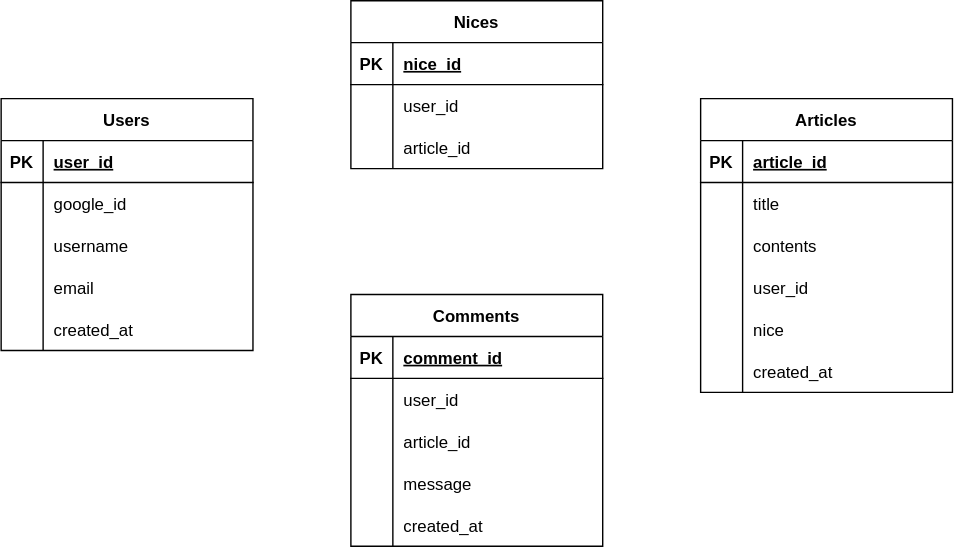
Above: db.drawio.svg in Naokiiiiiii/BlogApiPractice (draw.io), before the change. Source tidied: cells renumbered, new cells last; positions are measured from the earlier drawing's top-left corner, leaving out a move shared by most shapes.
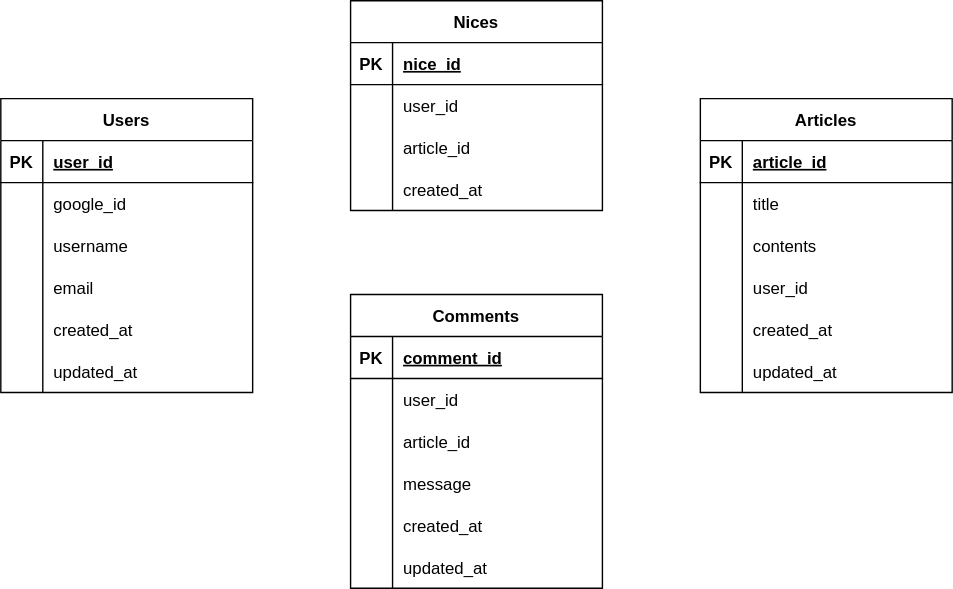
The same file after the commit.

Commit message:
update: drawioを最新に更新

Diff of the diagram source:
```diff
@@ -3,7 +3,7 @@
     <mxCell id="0" />
     <mxCell id="1" parent="0" />
     <mxCell id="2" value="Users" style="shape=table;startSize=30;rowLines=0;fontStyle=1;align=center;" parent="1" vertex="1">
-      <mxGeometry y="70" width="180" height="180" as="geometry" />
+      <mxGeometry y="70" width="180" height="210" as="geometry" />
     </mxCell>
     <mxCell id="3" style="shape=tableRow;horizontal=0;startSize=0;swimlaneHead=0;swimlaneBody=0;fillColor=none;top=0;left=0;right=0;bottom=1;" parent="2" vertex="1">
       <mxGeometry y="30" width="180" height="30" as="geometry" />
@@ -50,6 +50,15 @@
     <mxCell id="17" value="created_at" style="shape=partialRectangle;fillColor=none;top=0;left=0;bottom=0;right=0;align=left;spacingLeft=6;overflow=hidden;" parent="15" vertex="1">
       <mxGeometry x="30" width="150" height="30" as="geometry" />
     </mxCell>
+    <mxCell id="63" style="shape=tableRow;horizontal=0;startSize=0;swimlaneHead=0;swimlaneBody=0;fillColor=none;top=0;left=0;right=0;bottom=0;" parent="2" vertex="1">
+      <mxGeometry y="180" width="180" height="30" as="geometry" />
+    </mxCell>
+    <mxCell id="64" style="shape=partialRectangle;fillColor=none;top=0;left=0;bottom=0;right=0;overflow=hidden;" parent="63" vertex="1">
+      <mxGeometry width="30" height="30" as="geometry" />
+    </mxCell>
+    <mxCell id="65" value="updated_at" style="shape=partialRectangle;fillColor=none;top=0;left=0;bottom=0;right=0;align=left;spacingLeft=6;overflow=hidden;" parent="63" vertex="1">
+      <mxGeometry x="30" width="150" height="30" as="geometry" />
+    </mxCell>
     <mxCell id="18" value="Articles" style="shape=table;startSize=30;rowLines=0;fontStyle=1;align=center;" parent="1" vertex="1">
       <mxGeometry x="500" y="70" width="180" height="210" as="geometry" />
     </mxCell>
@@ -89,17 +98,8 @@
     <mxCell id="30" value="user_id" style="shape=partialRectangle;fillColor=none;top=0;left=0;bottom=0;right=0;align=left;spacingLeft=6;overflow=hidden;" parent="28" vertex="1">
       <mxGeometry x="30" width="150" height="30" as="geometry" />
     </mxCell>
-    <mxCell id="31" style="shape=tableRow;horizontal=0;startSize=0;swimlaneHead=0;swimlaneBody=0;fillColor=none;top=0;left=0;right=0;bottom=0;" parent="18" vertex="1">
-      <mxGeometry y="150" width="180" height="30" as="geometry" />
-    </mxCell>
-    <mxCell id="32" style="shape=partialRectangle;fillColor=none;top=0;left=0;bottom=0;right=0;overflow=hidden;" parent="31" vertex="1">
-      <mxGeometry width="30" height="30" as="geometry" />
-    </mxCell>
-    <mxCell id="33" value="nice" style="shape=partialRectangle;fillColor=none;top=0;left=0;bottom=0;right=0;align=left;spacingLeft=6;overflow=hidden;" parent="31" vertex="1">
-      <mxGeometry x="30" width="150" height="30" as="geometry" />
-    </mxCell>
     <mxCell id="34" style="shape=tableRow;horizontal=0;startSize=0;swimlaneHead=0;swimlaneBody=0;fillColor=none;top=0;left=0;right=0;bottom=0;" parent="18" vertex="1">
-      <mxGeometry y="180" width="180" height="30" as="geometry" />
+      <mxGeometry y="150" width="180" height="30" as="geometry" />
     </mxCell>
     <mxCell id="35" style="shape=partialRectangle;fillColor=none;top=0;left=0;bottom=0;right=0;overflow=hidden;" parent="34" vertex="1">
       <mxGeometry width="30" height="30" as="geometry" />
@@ -107,8 +107,17 @@
     <mxCell id="36" value="created_at" style="shape=partialRectangle;fillColor=none;top=0;left=0;bottom=0;right=0;align=left;spacingLeft=6;overflow=hidden;" parent="34" vertex="1">
       <mxGeometry x="30" width="150" height="30" as="geometry" />
     </mxCell>
+    <mxCell id="66" style="shape=tableRow;horizontal=0;startSize=0;swimlaneHead=0;swimlaneBody=0;fillColor=none;top=0;left=0;right=0;bottom=0;" parent="18" vertex="1">
+      <mxGeometry y="180" width="180" height="30" as="geometry" />
+    </mxCell>
+    <mxCell id="67" style="shape=partialRectangle;fillColor=none;top=0;left=0;bottom=0;right=0;overflow=hidden;" parent="66" vertex="1">
+      <mxGeometry width="30" height="30" as="geometry" />
+    </mxCell>
+    <mxCell id="68" value="updated_at" style="shape=partialRectangle;fillColor=none;top=0;left=0;bottom=0;right=0;align=left;spacingLeft=6;overflow=hidden;" parent="66" vertex="1">
+      <mxGeometry x="30" width="150" height="30" as="geometry" />
+    </mxCell>
     <mxCell id="37" value="Nices" style="shape=table;startSize=30;rowLines=0;fontStyle=1;align=center;" parent="1" vertex="1">
-      <mxGeometry x="250" width="180" height="120" as="geometry" />
+      <mxGeometry x="250" width="180" height="150" as="geometry" />
     </mxCell>
     <mxCell id="38" style="shape=tableRow;horizontal=0;startSize=0;swimlaneHead=0;swimlaneBody=0;fillColor=none;top=0;left=0;right=0;bottom=1;" parent="37" vertex="1">
       <mxGeometry y="30" width="180" height="30" as="geometry" />
@@ -137,8 +146,17 @@
     <mxCell id="46" value="article_id" style="shape=partialRectangle;fillColor=none;top=0;left=0;bottom=0;right=0;align=left;spacingLeft=6;overflow=hidden;" parent="44" vertex="1">
       <mxGeometry x="30" width="150" height="30" as="geometry" />
     </mxCell>
+    <mxCell id="69" style="shape=tableRow;horizontal=0;startSize=0;swimlaneHead=0;swimlaneBody=0;fillColor=none;top=0;left=0;right=0;bottom=0;" parent="37" vertex="1">
+      <mxGeometry y="120" width="180" height="30" as="geometry" />
+    </mxCell>
+    <mxCell id="70" style="shape=partialRectangle;fillColor=none;top=0;left=0;bottom=0;right=0;overflow=hidden;" parent="69" vertex="1">
+      <mxGeometry width="30" height="30" as="geometry" />
+    </mxCell>
+    <mxCell id="71" value="created_at" style="shape=partialRectangle;fillColor=none;top=0;left=0;bottom=0;right=0;align=left;spacingLeft=6;overflow=hidden;" parent="69" vertex="1">
+      <mxGeometry x="30" width="150" height="30" as="geometry" />
+    </mxCell>
     <mxCell id="47" value="Comments" style="shape=table;startSize=30;rowLines=0;fontStyle=1;align=center;" parent="1" vertex="1">
-      <mxGeometry x="250" y="210" width="180" height="180" as="geometry" />
+      <mxGeometry x="250" y="210" width="180" height="210" as="geometry" />
     </mxCell>
     <mxCell id="48" style="shape=tableRow;horizontal=0;startSize=0;swimlaneHead=0;swimlaneBody=0;fillColor=none;top=0;left=0;right=0;bottom=1;" parent="47" vertex="1">
       <mxGeometry y="30" width="180" height="30" as="geometry" />
@@ -185,5 +203,14 @@
     <mxCell id="62" value="created_at" style="shape=partialRectangle;fillColor=none;top=0;left=0;bottom=0;right=0;align=left;spacingLeft=6;overflow=hidden;" parent="60" vertex="1">
       <mxGeometry x="30" width="150" height="30" as="geometry" />
     </mxCell>
+    <mxCell id="72" style="shape=tableRow;horizontal=0;startSize=0;swimlaneHead=0;swimlaneBody=0;fillColor=none;top=0;left=0;right=0;bottom=0;" parent="47" vertex="1">
+      <mxGeometry y="180" width="180" height="30" as="geometry" />
+    </mxCell>
+    <mxCell id="73" style="shape=partialRectangle;fillColor=none;top=0;left=0;bottom=0;right=0;overflow=hidden;" parent="72" vertex="1">
+      <mxGeometry width="30" height="30" as="geometry" />
+    </mxCell>
+    <mxCell id="74" value="updated_at" style="shape=partialRectangle;fillColor=none;top=0;left=0;bottom=0;right=0;align=left;spacingLeft=6;overflow=hidden;" parent="72" vertex="1">
+      <mxGeometry x="30" width="150" height="30" as="geometry" />
+    </mxCell>
   </root>
 </mxGraphModel>
```
